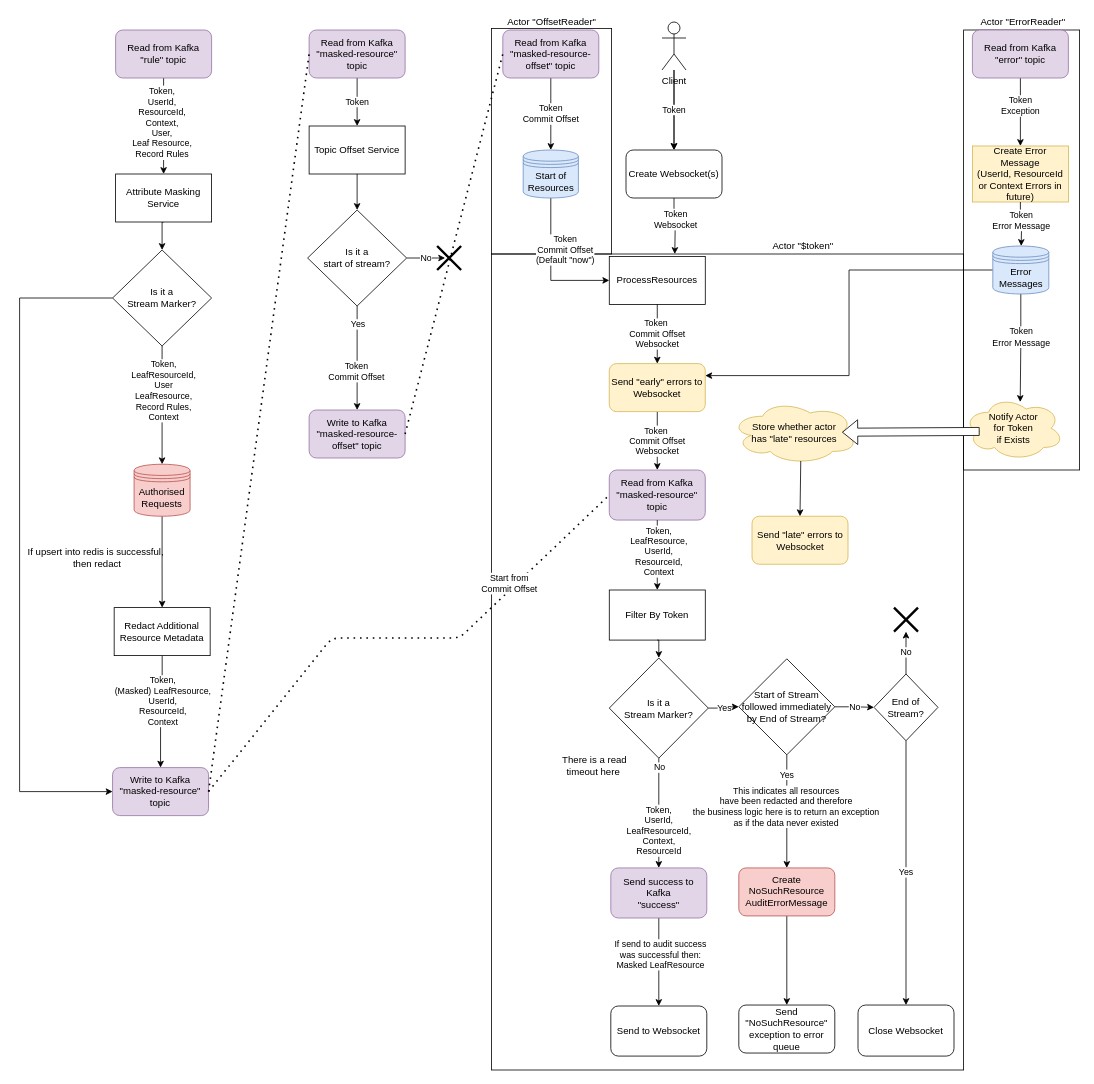
This is filtered-resource-service/doc/Filtered-Resource-Service-ML.drawio from gchq/Palisade-services, a draw.io file, before an edit. Source tidied: cells renumbered, new cells numbered last; positions are measured from the earlier drawing's top-left corner, leaving out a move shared by most shapes. Both pictures are drawn from the tidied source at 80%, with x=0, y=0 at pixel (19, 14).
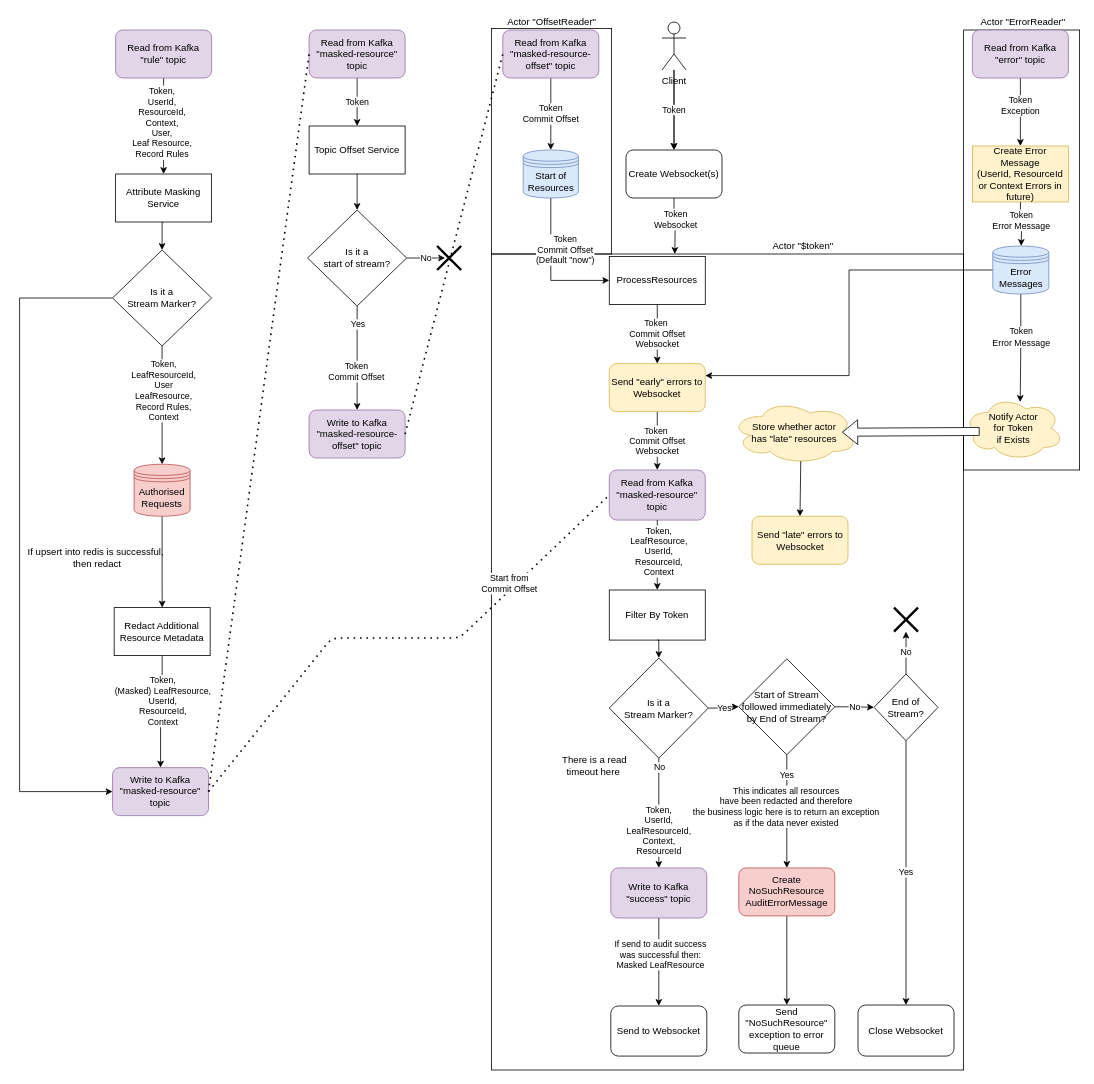
After the change.

Commit message (it also covers changes not shown here):
PAL-1091 Updated FRS send-to-kafka-topic wording

The edit, as a diff of the source:
```diff
@@
-    <mxCell id="49" value="&lt;div&gt;Send success to Kafka&lt;/div&gt;&lt;div&gt;&quot;success&quot;&lt;br&gt;&lt;/div&gt;" style="rounded=1;whiteSpace=wrap;html=1;fillColor=#e1d5e7;strokeColor=#9673a6;" parent="1" vertex="1">
+    <mxCell id="49" value="Write to Kafka &quot;success&quot; topic" style="rounded=1;whiteSpace=wrap;html=1;fillColor=#e1d5e7;strokeColor=#9673a6;" parent="1" vertex="1">
       <mxGeometry x="739" y="1067.4" width="120" height="62.6" as="geometry" />
     </mxCell>
```
